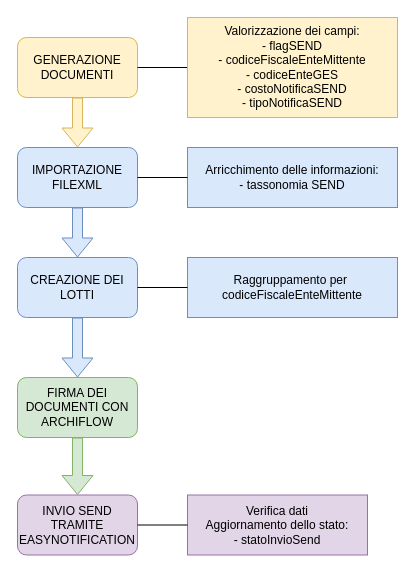
Earlier version of the draw.io diagram page "Caricamento" (1 of 5) of Easy Notification.drawio (marcogarbujoabaco/drawio). Source tidied: cells renumbered, new cells numbered last; positions are measured from the earlier drawing's top-left corner, leaving out a move shared by most shapes. Both pictures are drawn from the tidied source at 100%, with x=0, y=0 at pixel (17, 17).
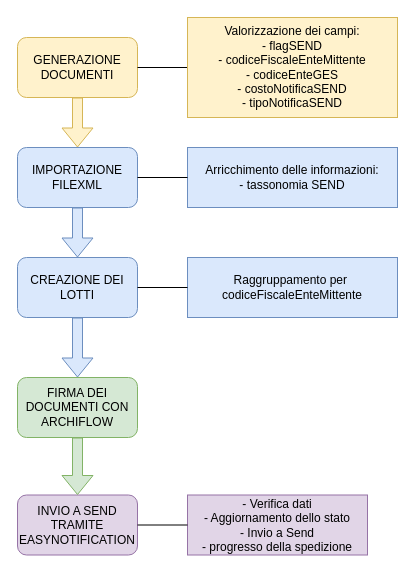
The same page after the edit.

The edit, as a diff of the source:
```diff
@@
-    <mxCell id="11" value="INVIO SEND&lt;div&gt;TRAMITE&lt;/div&gt;&lt;div&gt;EASYNOTIFICATION&lt;/div&gt;" style="rounded=1;whiteSpace=wrap;html=1;fillColor=#e1d5e7;strokeColor=#9673a6;" parent="1" vertex="1">
+    <mxCell id="11" value="INVIO A SEND&lt;div&gt;TRAMITE&lt;/div&gt;&lt;div&gt;EASYNOTIFICATION&lt;/div&gt;" style="rounded=1;whiteSpace=wrap;html=1;fillColor=#e1d5e7;strokeColor=#9673a6;" parent="1" vertex="1">
       <mxGeometry y="477.5" width="120" height="60" as="geometry" />
     </mxCell>
-    <mxCell id="12" value="&lt;div&gt;Verifica dati&lt;/div&gt;&lt;div&gt;&lt;span style=&quot;background-color: initial;&quot;&gt;Aggiornamento dello stato:&lt;/span&gt;&lt;/div&gt;&lt;div&gt;- statoInvioSend&lt;/div&gt;" style="text;html=1;align=center;verticalAlign=middle;whiteSpace=wrap;rounded=0;strokeColor=#9673a6;fillColor=#e1d5e7;" parent="1" vertex="1">
+    <mxCell id="12" value="&lt;div&gt;- Verifica dati&lt;/div&gt;&lt;div&gt;&lt;span style=&quot;background-color: initial;&quot;&gt;- Aggiornamento dello stato&lt;/span&gt;&lt;/div&gt;&lt;div&gt;- Invio a Send&lt;/div&gt;&lt;div&gt;- progresso della spedizione&lt;/div&gt;" style="text;html=1;align=center;verticalAlign=middle;whiteSpace=wrap;rounded=0;strokeColor=#9673a6;fillColor=#e1d5e7;" parent="1" vertex="1">
       <mxGeometry x="170" y="477.5" width="180" height="60" as="geometry" />
     </mxCell>
```
